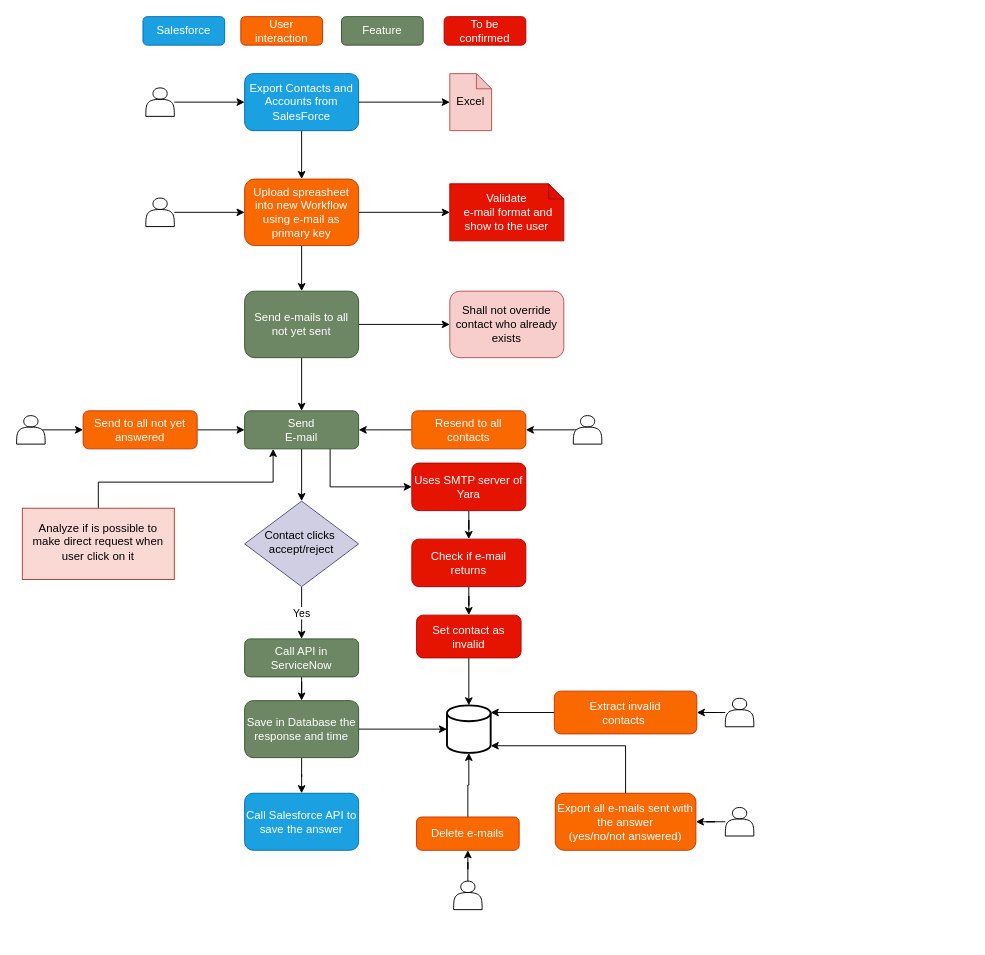
This is LGPD.drawio from anlugifa/drawio, a draw.io file, before an edit. Source tidied: cells renumbered, new cells numbered last; positions are measured from the earlier drawing's top-left corner, leaving out a move shared by most shapes. Both pictures are drawn from the tidied source at 95%, with x=0, y=0 at pixel (16, 16).
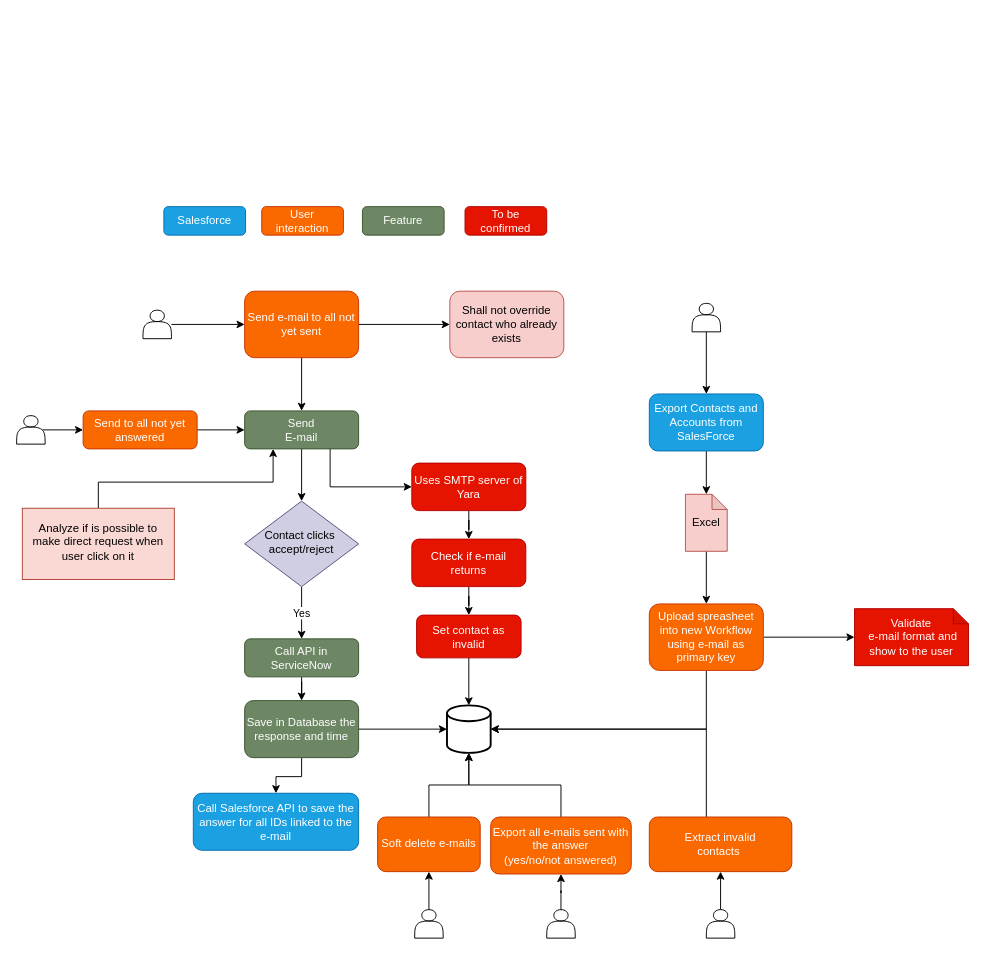
The same page after the edit.

Unchanged cells that the change refers to:
```xml
<mxCell id="7" value="Send&lt;br&gt;E-mail" style="rounded=1;whiteSpace=wrap;html=1;fontSize=12;glass=0;strokeWidth=1;shadow=0;fillColor=#6d8764;strokeColor=#3A5431;fontColor=#ffffff;" parent="1" vertex="1">
  <mxGeometry x="240" y="415" width="120" height="40" as="geometry" />
</mxCell>
<mxCell id="36" style="strokeWidth=2;html=1;shape=mxgraph.flowchart.database;whiteSpace=wrap;" parent="1" vertex="1">
  <mxGeometry x="453" y="725" width="46" height="50" as="geometry" />
</mxCell>
```

What changed in the source:
```diff
@@
-    <mxCell id="2" style="edgeStyle=orthogonalEdgeStyle;rounded=0;jettySize=auto;html=1;" parent="1" edge="1" source="4" target="10">
-      <mxGeometry relative="1" as="geometry" />
-    </mxCell>
-    <mxCell id="3" style="edgeStyle=orthogonalEdgeStyle;rounded=0;jettySize=auto;html=1;" parent="1" edge="1" source="4" target="39">
+    <mxCell id="3" style="edgeStyle=orthogonalEdgeStyle;rounded=0;jettySize=auto;html=1;entryX=0.5;entryY=0;entryDx=0;entryDy=0;entryPerimeter=0;" parent="1" edge="1" source="4" target="39">
       <mxGeometry relative="1" as="geometry" />
     </mxCell>
     <mxCell id="4" value="Export Contacts and Accounts from SalesForce" style="rounded=1;whiteSpace=wrap;html=1;fontSize=12;glass=0;strokeWidth=1;shadow=0;fillColor=#1ba1e2;strokeColor=#006EAF;fontColor=#ffffff;" parent="1" vertex="1">
-      <mxGeometry x="240" y="60" width="120" height="60" as="geometry" />
+      <mxGeometry x="666" y="397.2" width="120" height="60" as="geometry" />
     </mxCell>
@@
-    <mxCell id="8" style="edgeStyle=orthogonalEdgeStyle;rounded=0;jettySize=auto;html=1;" parent="1" edge="1" source="10" target="13">
-      <mxGeometry relative="1" as="geometry" />
-    </mxCell>
@@
+    <mxCell id="62" style="edgeStyle=orthogonalEdgeStyle;rounded=0;jettySize=auto;html=1;entryX=1;entryY=0.5;entryDx=0;entryDy=0;entryPerimeter=0;" parent="1" edge="1" source="10" target="36">
+      <mxGeometry relative="1" as="geometry">
+        <Array as="points">
+          <mxPoint x="726" y="631" />
+          <mxPoint x="726" y="750" />
+        </Array>
+      </mxGeometry>
+    </mxCell>
     <mxCell id="10" value="Upload spreasheet into new Workflow using e-mail as primary key" style="rounded=1;whiteSpace=wrap;html=1;fontSize=12;glass=0;strokeWidth=1;shadow=0;fillColor=#fa6800;strokeColor=#C73500;fontColor=#ffffff;" parent="1" vertex="1">
-      <mxGeometry x="240" y="171" width="120" height="70" as="geometry" />
+      <mxGeometry x="666" y="618.2" width="120" height="70" as="geometry" />
     </mxCell>
@@
-    <mxCell id="13" value="Send e-mails to all not yet sent" style="rounded=1;whiteSpace=wrap;html=1;fontSize=12;glass=0;strokeWidth=1;shadow=0;fillColor=#6d8764;strokeColor=#3A5431;fontColor=#ffffff;" parent="1" vertex="1">
+    <mxCell id="13" value="Send e-mail to all not yet sent" style="rounded=1;whiteSpace=wrap;html=1;fontSize=12;glass=0;strokeWidth=1;shadow=0;fillColor=#fa6800;strokeColor=#C73500;fontColor=#ffffff;" parent="1" vertex="1">
       <mxGeometry x="240" y="289" width="120" height="70" as="geometry" />
     </mxCell>
@@
-    <mxCell id="16" style="edgeStyle=orthogonalEdgeStyle;rounded=0;jettySize=auto;html=1;" parent="1" edge="1" source="17" target="7">
-      <mxGeometry relative="1" as="geometry" />
-    </mxCell>
-    <mxCell id="17" value="Resend to all contacts" style="rounded=1;whiteSpace=wrap;html=1;fontSize=12;glass=0;strokeWidth=1;shadow=0;fillColor=#fa6800;strokeColor=#C73500;fontColor=#ffffff;" parent="1" vertex="1">
-      <mxGeometry x="416" y="415" width="120" height="40" as="geometry" />
-    </mxCell>
@@
-    <mxCell id="26" style="edgeStyle=orthogonalEdgeStyle;rounded=0;jettySize=auto;html=1;entryX=1;entryY=0.5;entryDx=0;entryDy=0;exitX=0.1;exitY=0.5;exitDx=0;exitDy=0;exitPerimeter=0;" parent="1" edge="1" source="35" target="17">
-      <mxGeometry relative="1" as="geometry" />
-    </mxCell>
-    <mxCell id="27" value="Call Salesforce API to save the answer" style="whiteSpace=wrap;html=1;rounded=1;shadow=0;fontColor=#ffffff;strokeColor=#006EAF;strokeWidth=1;fillColor=#1ba1e2;glass=0;" parent="1" vertex="1">
-      <mxGeometry x="240" y="817.5" width="120" height="60" as="geometry" />
+    <mxCell id="27" value="Call Salesforce API to save the answer for all IDs linked to the e-mail" style="whiteSpace=wrap;html=1;rounded=1;shadow=0;fontColor=#ffffff;strokeColor=#006EAF;strokeWidth=1;fillColor=#1ba1e2;glass=0;" parent="1" vertex="1">
+      <mxGeometry x="186" y="817.5" width="174" height="60" as="geometry" />
     </mxCell>
@@
     <mxCell id="29" style="shape=actor;whiteSpace=wrap;html=1;" parent="1" vertex="1">
-      <mxGeometry x="746" y="832.5" width="30" height="30" as="geometry" />
+      <mxGeometry x="558" y="940" width="30" height="30" as="geometry" />
     </mxCell>
@@
     <mxCell id="31" style="shape=actor;whiteSpace=wrap;html=1;" parent="1" vertex="1">
-      <mxGeometry x="136" y="75" width="30" height="30" as="geometry" />
+      <mxGeometry x="711" y="301.8" width="30" height="30" as="geometry" />
     </mxCell>
-    <mxCell id="32" style="edgeStyle=orthogonalEdgeStyle;rounded=0;jettySize=auto;html=1;" parent="1" edge="1" source="33" target="10">
-      <mxGeometry relative="1" as="geometry" />
-    </mxCell>
-    <mxCell id="33" style="shape=actor;whiteSpace=wrap;html=1;" parent="1" vertex="1">
-      <mxGeometry x="136" y="191" width="30" height="30" as="geometry" />
-    </mxCell>
@@
-    <mxCell id="35" style="shape=actor;whiteSpace=wrap;html=1;" parent="1" vertex="1">
-      <mxGeometry x="586" y="420" width="30" height="30" as="geometry" />
-    </mxCell>
@@
-    <mxCell id="37" style="edgeStyle=orthogonalEdgeStyle;rounded=0;jettySize=auto;html=1;entryX=1;entryY=0.85;entryDx=0;entryDy=0;entryPerimeter=0;exitX=0.5;exitY=0;exitDx=0;exitDy=0;" parent="1" edge="1" source="38" target="36">
-      <mxGeometry relative="1" as="geometry">
-        <Array as="points">
-          <mxPoint x="641" y="767" />
-        </Array>
-      </mxGeometry>
+    <mxCell id="37" style="edgeStyle=orthogonalEdgeStyle;rounded=0;jettySize=auto;html=1;" parent="1" edge="1" source="38" target="36">
+      <mxGeometry relative="1" as="geometry" />
     </mxCell>
     <mxCell id="38" value="Export all e-mails sent with the answer&lt;br&gt;(yes/no/not answered)" style="whiteSpace=wrap;html=1;rounded=1;shadow=0;strokeWidth=1;glass=0;fillColor=#fa6800;strokeColor=#C73500;fontColor=#ffffff;" parent="1" vertex="1">
-      <mxGeometry x="567" y="817.5" width="148" height="60" as="geometry" />
+      <mxGeometry x="499" y="842.5" width="148" height="60" as="geometry" />
     </mxCell>
+    <mxCell id="63" style="edgeStyle=orthogonalEdgeStyle;rounded=0;jettySize=auto;html=1;entryX=0.5;entryY=0;entryDx=0;entryDy=0;" parent="1" edge="1" source="39" target="10">
+      <mxGeometry relative="1" as="geometry" />
+    </mxCell>
     <mxCell id="39" value="Excel" style="shape=note;whiteSpace=wrap;html=1;backgroundOutline=1;darkOpacity=0.05;rounded=1;shadow=0;strokeColor=#b85450;strokeWidth=1;fillColor=#f8cecc;glass=0;size=16;" parent="1" vertex="1">
-      <mxGeometry x="456" y="60" width="44" height="60" as="geometry" />
+      <mxGeometry x="704" y="502.8" width="44" height="60" as="geometry" />
     </mxCell>
@@
     <mxCell id="44" style="shape=actor;whiteSpace=wrap;html=1;" parent="1" vertex="1">
-      <mxGeometry x="460" y="910" width="30" height="30" as="geometry" />
+      <mxGeometry x="419" y="940" width="30" height="30" as="geometry" />
     </mxCell>
@@
-    <mxCell id="46" value="Delete e-mails" style="whiteSpace=wrap;html=1;rounded=1;shadow=0;strokeWidth=1;glass=0;fillColor=#fa6800;strokeColor=#C73500;fontColor=#ffffff;" parent="1" vertex="1">
-      <mxGeometry x="421" y="842.5" width="108" height="35" as="geometry" />
+    <mxCell id="46" value="Soft delete e-mails" style="whiteSpace=wrap;html=1;rounded=1;shadow=0;strokeWidth=1;glass=0;fillColor=#fa6800;strokeColor=#C73500;fontColor=#ffffff;" parent="1" vertex="1">
+      <mxGeometry x="380" y="842.5" width="108" height="57.5" as="geometry" />
     </mxCell>
@@
     <mxCell id="49" value="Validate&lt;br&gt;&amp;nbsp;e-mail format and show to the user" style="shape=note;whiteSpace=wrap;html=1;backgroundOutline=1;darkOpacity=0.05;rounded=1;shadow=0;strokeColor=#B20000;strokeWidth=1;fillColor=#e51400;glass=0;size=16;fontColor=#ffffff;" parent="1" vertex="1">
-      <mxGeometry x="456" y="176" width="120" height="60" as="geometry" />
+      <mxGeometry x="882" y="623.2" width="120" height="60" as="geometry" />
     </mxCell>
@@
-    <mxCell id="52" style="edgeStyle=orthogonalEdgeStyle;rounded=0;jettySize=auto;html=1;entryX=1;entryY=0.5;entryDx=0;entryDy=0;" parent="1" edge="1" source="53" target="55">
+    <mxCell id="52" style="edgeStyle=orthogonalEdgeStyle;rounded=0;jettySize=auto;html=1;entryX=0.5;entryY=1;entryDx=0;entryDy=0;" parent="1" edge="1" source="53" target="55">
       <mxGeometry relative="1" as="geometry" />
     </mxCell>
     <mxCell id="53" style="shape=actor;whiteSpace=wrap;html=1;" parent="1" vertex="1">
-      <mxGeometry x="746" y="717.5" width="30" height="30" as="geometry" />
+      <mxGeometry x="726" y="940" width="30" height="30" as="geometry" />
     </mxCell>
-    <mxCell id="54" style="edgeStyle=orthogonalEdgeStyle;rounded=0;jettySize=auto;html=1;entryX=1;entryY=0.15;entryDx=0;entryDy=0;entryPerimeter=0;" parent="1" edge="1" source="55" target="36">
-      <mxGeometry relative="1" as="geometry" />
+    <mxCell id="54" style="edgeStyle=orthogonalEdgeStyle;rounded=0;jettySize=auto;html=1;entryX=1;entryY=0.5;entryDx=0;entryDy=0;entryPerimeter=0;" parent="1" edge="1" source="55" target="36">
+      <mxGeometry relative="1" as="geometry">
+        <Array as="points">
+          <mxPoint x="726" y="750" />
+        </Array>
+      </mxGeometry>
     </mxCell>
     <mxCell id="55" value="Extract invalid&lt;br&gt;contacts&amp;nbsp;" style="whiteSpace=wrap;html=1;rounded=1;shadow=0;fontColor=#ffffff;strokeColor=#C73500;strokeWidth=1;fillColor=#fa6800;glass=0;" parent="1" vertex="1">
-      <mxGeometry x="566" y="710" width="150" height="45" as="geometry" />
+      <mxGeometry x="666" y="842.5" width="150" height="57.5" as="geometry" />
     </mxCell>
@@
     <mxCell id="58" value="Salesforce" style="rounded=1;whiteSpace=wrap;html=1;fontSize=12;glass=0;strokeWidth=1;shadow=0;fillColor=#1ba1e2;strokeColor=#006EAF;fontColor=#ffffff;" parent="1" vertex="1">
-      <mxGeometry x="133" width="86" height="30" as="geometry" />
+      <mxGeometry x="155" y="200" width="86" height="30" as="geometry" />
     </mxCell>
     <mxCell id="59" value="User interaction" style="rounded=1;whiteSpace=wrap;html=1;fontSize=12;glass=0;strokeWidth=1;shadow=0;fillColor=#fa6800;strokeColor=#C73500;fontColor=#ffffff;" parent="1" vertex="1">
-      <mxGeometry x="236" width="86" height="30" as="geometry" />
+      <mxGeometry x="258" y="200" width="86" height="30" as="geometry" />
     </mxCell>
     <mxCell id="60" value="Feature" style="rounded=1;whiteSpace=wrap;html=1;fontSize=12;glass=0;strokeWidth=1;shadow=0;fillColor=#6d8764;strokeColor=#3A5431;fontColor=#ffffff;" parent="1" vertex="1">
-      <mxGeometry x="342" width="86" height="30" as="geometry" />
+      <mxGeometry x="364" y="200" width="86" height="30" as="geometry" />
     </mxCell>
     <mxCell id="61" value="To be confirmed" style="rounded=1;whiteSpace=wrap;html=1;fontSize=12;glass=0;strokeWidth=1;shadow=0;fillColor=#e51400;strokeColor=#B20000;fontColor=#ffffff;" parent="1" vertex="1">
-      <mxGeometry x="450" width="86" height="30" as="geometry" />
+      <mxGeometry x="472" y="200" width="86" height="30" as="geometry" />
     </mxCell>
+    <mxCell id="64" style="edgeStyle=orthogonalEdgeStyle;rounded=0;jettySize=auto;html=1;entryX=0;entryY=0.5;entryDx=0;entryDy=0;" parent="1" edge="1" source="65" target="13">
+      <mxGeometry relative="1" as="geometry" />
+    </mxCell>
+    <mxCell id="65" style="shape=actor;whiteSpace=wrap;html=1;" parent="1" vertex="1">
+      <mxGeometry x="133" y="309" width="30" height="30" as="geometry" />
+    </mxCell>
```
